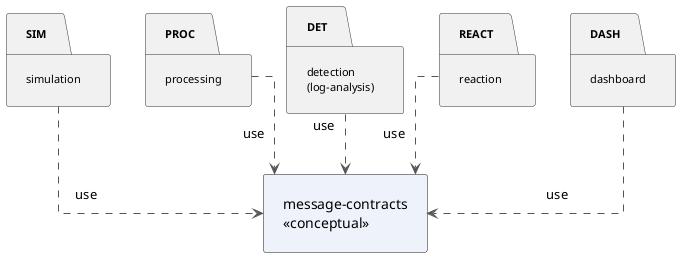
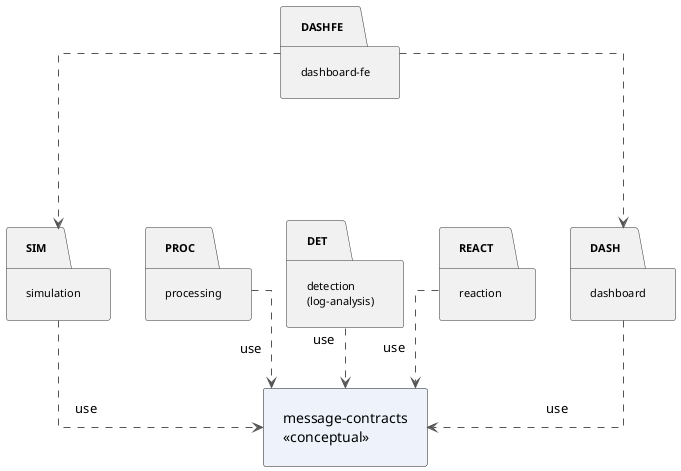
@startuml package-diagram-system-level
' ============================================================
' Biểu đồ gói mức hệ thống — log-analyzer
' ============================================================

skinparam shadowing false
skinparam packageStyle rectangle
skinparam linetype ortho
skinparam defaultFontName "Sans"
skinparam ArrowColor #555555
skinparam packageBorderColor #333333
skinparam padding 10

' ↓ Make package names smaller
skinparam packageFontSize 11

' -----------------------------
' Message contract (conceptual)
' -----------------------------
package "message-contracts\n«conceptual»" as MC #EEF3FB {
}

' -----------------------------
' Microservices (logical layer)
' -----------------------------
package "simulation"               as SIM
package "processing"              as PROC
package "detection\n(log-analysis)" as DET
package "reaction"                as REACT
package "dashboard"              as DASH
+ package "dashboard-fe"           as DASHFE

' -----------------------------
' Conceptual dependencies
' -----------------------------
SIM   ..> MC : «use»
PROC  ..> MC : «use»
DET   ..> MC : «use»
REACT ..> MC : «use»
DASH  ..> MC : «use»

' -----------------------------
+ ' Client -> backend calls
+ ' -----------------------------
+ DASHFE ...> DASH
+ DASHFE ...> SIM
+ 
+ ' -----------------------------
' Horizontal layout constraint
' -----------------------------
SIM   -[hidden]right- PROC
PROC  -[hidden]right- DET
DET   -[hidden]right- REACT
REACT -[hidden]right- DASH

@enduml